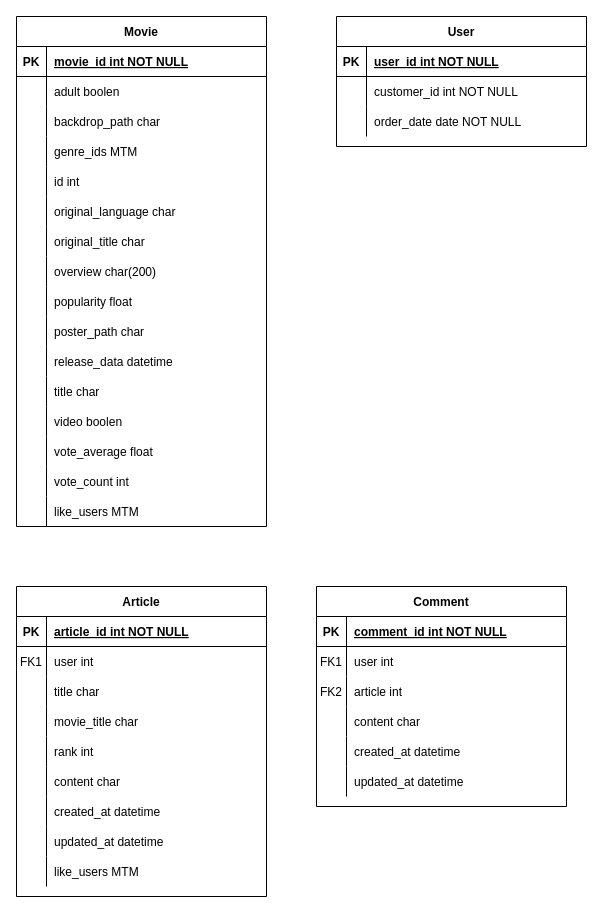
The draw.io diagram movieErd.drawio in JEONGYOONHAE/PJT-Movie, before the edit. Source tidied: cells renumbered, new cells numbered last; positions are measured from the earlier drawing's top-left corner, leaving out a move shared by most shapes. Both pictures are drawn from the tidied source at 100%, with x=0, y=0 at pixel (16, 16).
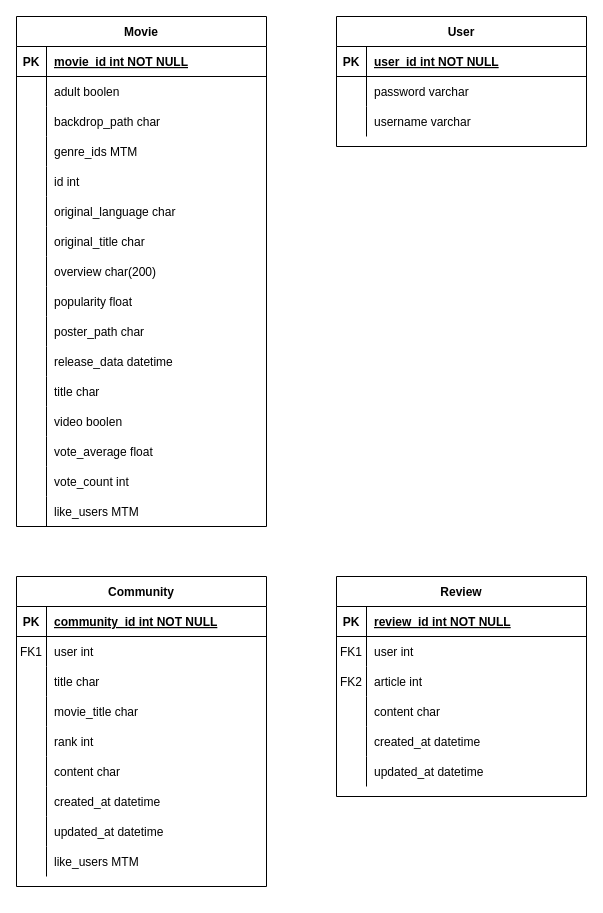
The same page after the edit.

Commit message:
pjt erd #1

Unchanged cells that the change refers to:
```xml
<mxCell id="6" style="shape=partialRectangle;fillColor=none;top=0;left=0;right=0;bottom=0;" parent="2" vertex="1">
  <mxGeometry y="60" width="250" height="30" as="geometry" />
</mxCell>
<mxCell id="9" style="shape=partialRectangle;fillColor=none;top=0;left=0;right=0;bottom=0;" parent="2" vertex="1">
  <mxGeometry y="90" width="250" height="30" as="geometry" />
</mxCell>
<mxCell id="13" style="shape=partialRectangle;fillColor=none;top=0;left=0;right=0;bottom=1;" parent="12" vertex="1">
  <mxGeometry y="30" width="250" height="30" as="geometry" />
</mxCell>
<mxCell id="90" style="shape=partialRectangle;fillColor=none;top=0;left=0;right=0;bottom=1;" parent="89" vertex="1">
  <mxGeometry y="30" width="250" height="30" as="geometry" />
</mxCell>
```

What changed in the source:
```diff
@@
-    <mxCell id="8" value="customer_id int NOT NULL" style="shape=partialRectangle;overflow=hidden;fillColor=none;top=0;left=0;bottom=0;right=0;align=left;spacingLeft=6;" parent="6" vertex="1">
+    <mxCell id="8" value="password varchar" style="shape=partialRectangle;overflow=hidden;fillColor=none;top=0;left=0;bottom=0;right=0;align=left;spacingLeft=6;" parent="6" vertex="1">
       <mxGeometry x="30" width="220" height="30" as="geometry" />
     </mxCell>
@@
-    <mxCell id="11" value="order_date date NOT NULL" style="shape=partialRectangle;overflow=hidden;fillColor=none;top=0;left=0;bottom=0;right=0;align=left;spacingLeft=6;" parent="9" vertex="1">
+    <mxCell id="11" value="username varchar" style="shape=partialRectangle;overflow=hidden;fillColor=none;top=0;left=0;bottom=0;right=0;align=left;spacingLeft=6;" parent="9" vertex="1">
       <mxGeometry x="30" width="220" height="30" as="geometry" />
     </mxCell>
-    <mxCell id="12" value="Article" style="shape=table;startSize=30;childLayout=tableLayout;rowLines=0;fontStyle=1;align=center;" parent="1" vertex="1">
-      <mxGeometry y="570" width="250" height="310" as="geometry" />
+    <mxCell id="12" value="Community" style="shape=table;startSize=30;childLayout=tableLayout;rowLines=0;fontStyle=1;align=center;" parent="1" vertex="1">
+      <mxGeometry y="560" width="250" height="310" as="geometry" />
     </mxCell>
@@
-    <mxCell id="15" value="article_id int NOT NULL " style="shape=partialRectangle;overflow=hidden;fillColor=none;top=0;left=0;bottom=0;right=0;align=left;spacingLeft=6;fontStyle=5;" parent="13" vertex="1">
+    <mxCell id="15" value="community_id int NOT NULL " style="shape=partialRectangle;overflow=hidden;fillColor=none;top=0;left=0;bottom=0;right=0;align=left;spacingLeft=6;fontStyle=5;" parent="13" vertex="1">
       <mxGeometry x="30" width="220" height="30" as="geometry" />
     </mxCell>
@@
-    <mxCell id="89" value="Comment" style="shape=table;startSize=30;childLayout=tableLayout;rowLines=0;fontStyle=1;align=center;" parent="1" vertex="1">
-      <mxGeometry x="300" y="570" width="250" height="220" as="geometry" />
+    <mxCell id="89" value="Review" style="shape=table;startSize=30;childLayout=tableLayout;rowLines=0;fontStyle=1;align=center;" parent="1" vertex="1">
+      <mxGeometry x="320" y="560" width="250" height="220" as="geometry" />
     </mxCell>
@@
-    <mxCell id="92" value="comment_id int NOT NULL " style="shape=partialRectangle;overflow=hidden;fillColor=none;top=0;left=0;bottom=0;right=0;align=left;spacingLeft=6;fontStyle=5;" parent="90" vertex="1">
+    <mxCell id="92" value="review_id int NOT NULL " style="shape=partialRectangle;overflow=hidden;fillColor=none;top=0;left=0;bottom=0;right=0;align=left;spacingLeft=6;fontStyle=5;" parent="90" vertex="1">
       <mxGeometry x="30" width="220" height="30" as="geometry" />
     </mxCell>
```
